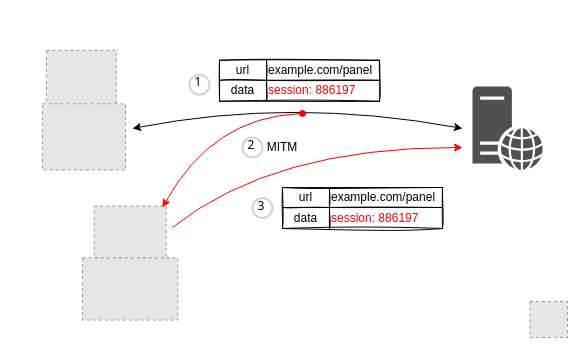
This is session-hijacking.drawio from qeeqbox/session-hijacking, a draw.io file, before an edit. Source tidied: cells renumbered, new cells numbered last; positions are measured from the earlier drawing's top-left corner, leaving out a move shared by most shapes. Both pictures are drawn from the tidied source at 100%, with x=0, y=0 at pixel (17, 17). Pictures stored in the file or linked from it are replaced by grey dashed boxes.
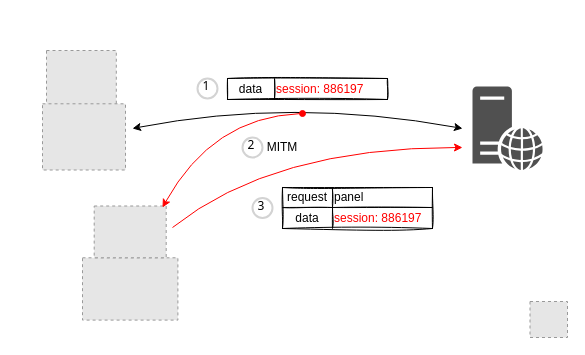
After the change.

The edit, as a diff of the source:
```diff
@@
     <mxCell id="14" style="shape=table;html=1;whiteSpace=wrap;startSize=0;childLayout=tableLayout;align=left;rounded=0;shadow=0;sketch=1;arcSize=0;" parent="1" vertex="1">
-      <mxGeometry x="202" y="42.8" width="160" height="41" as="geometry" />
+      <mxGeometry x="210" y="61" width="160" height="21" as="geometry" />
     </mxCell>
-    <mxCell id="15" style="shape=tableRow;horizontal=0;startSize=0;swimlaneHead=0;swimlaneBody=0;top=0;left=0;bottom=0;right=0;fillColor=none;" parent="14" vertex="1">
-      <mxGeometry width="160" height="20" as="geometry" />
-    </mxCell>
-    <mxCell id="16" value="url" style="shape=partialRectangle;html=1;whiteSpace=wrap;fillColor=none;top=0;left=0;bottom=0;right=0;overflow=hidden;" parent="15" vertex="1">
-      <mxGeometry width="47" height="20" as="geometry" />
-    </mxCell>
-    <mxCell id="17" value="&lt;span style=&quot;text-align: center&quot;&gt;example.com/panel&lt;/span&gt;" style="shape=partialRectangle;html=1;whiteSpace=wrap;fillColor=none;top=0;left=0;bottom=0;right=0;overflow=hidden;align=left;" parent="15" vertex="1">
-      <mxGeometry x="47" width="113" height="20" as="geometry" />
-    </mxCell>
     <mxCell id="18" style="shape=tableRow;horizontal=0;startSize=0;swimlaneHead=0;swimlaneBody=0;top=0;left=0;bottom=0;right=0;fillColor=none;" parent="14" vertex="1">
-      <mxGeometry y="20" width="160" height="21" as="geometry" />
+      <mxGeometry width="160" height="21" as="geometry" />
     </mxCell>
@@
     <mxCell id="21" value="1" style="ellipse;whiteSpace=wrap;html=1;strokeWidth=2;fontFamily=Tahoma;spacingBottom=4;spacingRight=2;strokeColor=#d3d3d3;fillColor=none;" parent="1" vertex="1">
-      <mxGeometry x="172" y="57.2" width="20" height="20" as="geometry" />
+      <mxGeometry x="180" y="61" width="20" height="20" as="geometry" />
     </mxCell>
     <mxCell id="22" style="shape=table;html=1;whiteSpace=wrap;startSize=0;childLayout=tableLayout;align=left;rounded=0;shadow=0;sketch=1;arcSize=0;" parent="1" vertex="1">
-      <mxGeometry x="265" y="170" width="160" height="41" as="geometry" />
+      <mxGeometry x="265" y="170" width="150" height="41" as="geometry" />
     </mxCell>
     <mxCell id="23" style="shape=tableRow;horizontal=0;startSize=0;swimlaneHead=0;swimlaneBody=0;top=0;left=0;bottom=0;right=0;fillColor=none;" parent="22" vertex="1">
-      <mxGeometry width="160" height="20" as="geometry" />
+      <mxGeometry width="150" height="20" as="geometry" />
     </mxCell>
-    <mxCell id="24" value="url" style="shape=partialRectangle;html=1;whiteSpace=wrap;fillColor=none;top=0;left=0;bottom=0;right=0;overflow=hidden;" parent="23" vertex="1">
-      <mxGeometry width="47" height="20" as="geometry" />
+    <mxCell id="24" value="request" style="shape=partialRectangle;html=1;whiteSpace=wrap;fillColor=none;top=0;left=0;bottom=0;right=0;overflow=hidden;" parent="23" vertex="1">
+      <mxGeometry width="50" height="20" as="geometry" />
     </mxCell>
-    <mxCell id="25" value="&lt;span style=&quot;text-align: center&quot;&gt;example.com/panel&lt;/span&gt;" style="shape=partialRectangle;html=1;whiteSpace=wrap;fillColor=none;top=0;left=0;bottom=0;right=0;overflow=hidden;align=left;" parent="23" vertex="1">
-      <mxGeometry x="47" width="113" height="20" as="geometry" />
+    <mxCell id="25" value="&lt;span style=&quot;text-align: center&quot;&gt;panel&lt;/span&gt;" style="shape=partialRectangle;html=1;whiteSpace=wrap;fillColor=none;top=0;left=0;bottom=0;right=0;overflow=hidden;align=left;" parent="23" vertex="1">
+      <mxGeometry x="50" width="100" height="20" as="geometry" />
     </mxCell>
     <mxCell id="26" style="shape=tableRow;horizontal=0;startSize=0;swimlaneHead=0;swimlaneBody=0;top=0;left=0;bottom=0;right=0;fillColor=none;" parent="22" vertex="1">
-      <mxGeometry y="20" width="160" height="21" as="geometry" />
+      <mxGeometry y="20" width="150" height="21" as="geometry" />
     </mxCell>
     <mxCell id="27" value="data" style="shape=partialRectangle;html=1;whiteSpace=wrap;fillColor=none;top=0;left=0;bottom=0;right=0;overflow=hidden;" parent="26" vertex="1">
-      <mxGeometry width="47" height="21" as="geometry" />
+      <mxGeometry width="50" height="21" as="geometry" />
     </mxCell>
     <mxCell id="28" value="&lt;span&gt;&lt;font color=&quot;#ff0000&quot;&gt;session: 886197&lt;/font&gt;&lt;/span&gt;" style="shape=partialRectangle;html=1;whiteSpace=wrap;fillColor=none;top=0;left=0;bottom=0;right=0;overflow=hidden;align=left;" parent="26" vertex="1">
-      <mxGeometry x="47" width="113" height="21" as="geometry" />
+      <mxGeometry x="50" width="100" height="21" as="geometry" />
     </mxCell>
```
